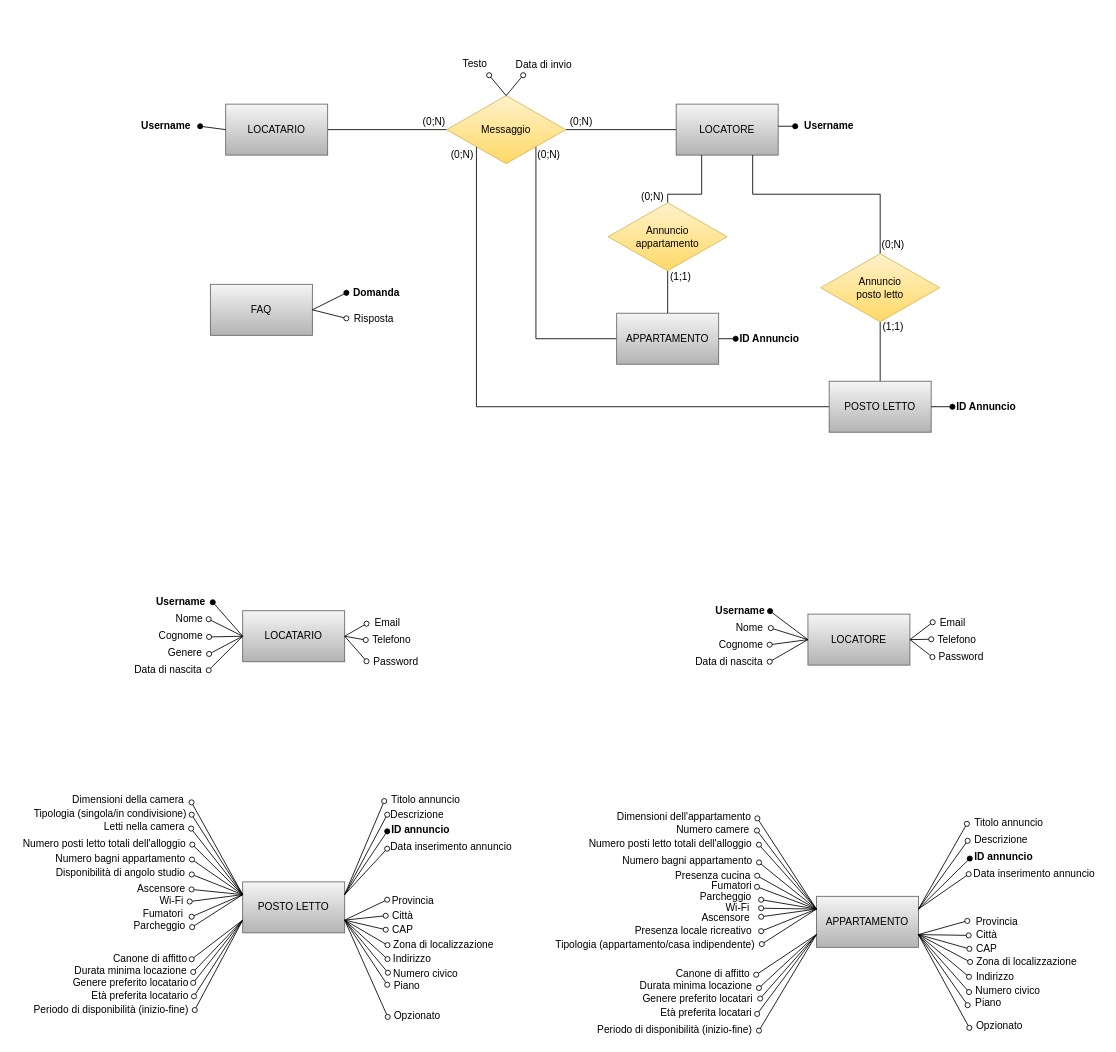
Before: Schema_ER_database.drawio in fd-col/RentAdvisor, a draw.io diagram. Source tidied: cells renumbered, new cells numbered last; positions are measured from the earlier drawing's top-left corner, leaving out a move shared by most shapes. Both pictures are drawn from the tidied source at 85%, with x=0, y=0 at pixel (14, 55).
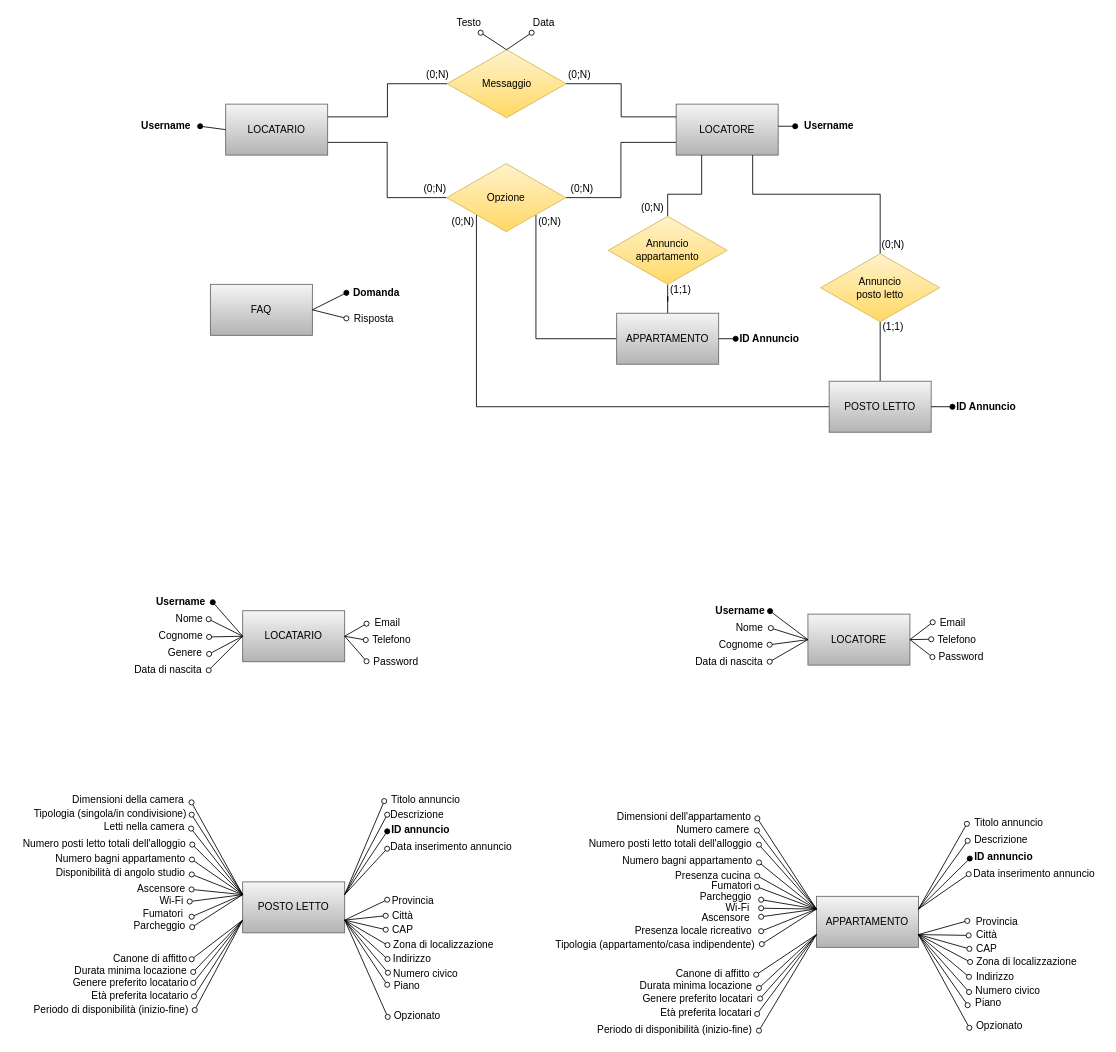
Above is the later version.

The change refers to these unchanged cells:
```xml
<mxCell id="3" value="LOCATARIO" style="rounded=0;whiteSpace=wrap;html=1;fillColor=#f5f5f5;gradientColor=#b3b3b3;strokeColor=#666666;" parent="1" vertex="1">
  <mxGeometry x="248" y="57" width="120" height="60" as="geometry" />
</mxCell>
<mxCell id="7" value="LOCATORE" style="rounded=0;whiteSpace=wrap;html=1;fillColor=#f5f5f5;gradientColor=#b3b3b3;strokeColor=#666666;" parent="1" vertex="1">
  <mxGeometry x="778" y="57" width="120" height="60" as="geometry" />
</mxCell>
```

Diff of the diagram source:
```diff
@@
-    <mxCell id="2" style="edgeStyle=orthogonalEdgeStyle;rounded=0;jettySize=auto;html=1;entryX=0;entryY=0.5;entryDx=0;entryDy=0;endArrow=none;endFill=0;" parent="1" edge="1" source="3" target="17">
+    <mxCell id="2" style="edgeStyle=orthogonalEdgeStyle;rounded=0;jettySize=auto;html=1;entryX=0;entryY=0.5;entryDx=0;entryDy=0;endArrow=none;endFill=0;exitX=1;exitY=0.75;exitDx=0;exitDy=0;" parent="1" edge="1" source="3" target="17">
       <mxGeometry relative="1" as="geometry" />
     </mxCell>
@@
-    <mxCell id="6" style="edgeStyle=orthogonalEdgeStyle;rounded=0;jettySize=auto;html=1;entryX=1;entryY=0.5;entryDx=0;entryDy=0;endArrow=none;endFill=0;" parent="1" edge="1" source="7" target="17">
+    <mxCell id="6" style="edgeStyle=orthogonalEdgeStyle;rounded=0;jettySize=auto;html=1;entryX=1;entryY=0.5;entryDx=0;entryDy=0;endArrow=none;endFill=0;exitX=0;exitY=0.75;exitDx=0;exitDy=0;" parent="1" edge="1" source="7" target="17">
       <mxGeometry relative="1" as="geometry" />
     </mxCell>
@@
-    <mxCell id="17" value="Messaggio" style="rhombus;whiteSpace=wrap;html=1;fillColor=#fff2cc;gradientColor=#ffd966;strokeColor=#d6b656;" parent="1" vertex="1">
-      <mxGeometry x="508" y="47" width="140" height="80" as="geometry" />
+    <mxCell id="17" value="Opzione" style="rhombus;whiteSpace=wrap;html=1;fillColor=#fff2cc;gradientColor=#ffd966;strokeColor=#d6b656;" parent="1" vertex="1">
+      <mxGeometry x="508" y="127" width="140" height="80" as="geometry" />
     </mxCell>
-    <mxCell id="18" style="endArrow=oval;html=1;rounded=0;exitX=0.5;exitY=0;exitDx=0;exitDy=0;endFill=0;" parent="1" edge="1" source="17">
-      <mxGeometry relative="1" as="geometry">
-        <mxPoint x="558" y="23" as="targetPoint" />
-      </mxGeometry>
-    </mxCell>
-    <mxCell id="19" value="Testo" style="text;html=1;align=center;verticalAlign=middle;strokeColor=none;fillColor=none;" parent="1" vertex="1">
-      <mxGeometry x="521" width="40" height="20" as="geometry" />
-    </mxCell>
-    <mxCell id="20" style="endArrow=oval;html=1;rounded=0;exitX=0.5;exitY=0;exitDx=0;exitDy=0;endFill=0;" parent="1" edge="1" source="17">
-      <mxGeometry relative="1" as="geometry">
-        <mxPoint x="598" y="23" as="targetPoint" />
-      </mxGeometry>
-    </mxCell>
-    <mxCell id="21" value="Data di invio" style="text;html=1;align=center;verticalAlign=middle;strokeColor=none;fillColor=none;" parent="1" vertex="1">
-      <mxGeometry x="582" y="1" width="80" height="20" as="geometry" />
-    </mxCell>
@@
     <mxCell id="23" value="Annuncio&lt;br&gt;appartamento" style="rhombus;whiteSpace=wrap;html=1;fillColor=#fff2cc;gradientColor=#ffd966;strokeColor=#d6b656;" parent="1" vertex="1">
-      <mxGeometry x="698" y="173" width="140" height="80" as="geometry" />
+      <mxGeometry x="698" y="189" width="140" height="80" as="geometry" />
     </mxCell>
@@
     <mxCell id="26" value="(0;N)" style="text;html=1;align=center;verticalAlign=middle;strokeColor=none;fillColor=none;" parent="1" vertex="1">
-      <mxGeometry x="473" y="68" width="40" height="20" as="geometry" />
+      <mxGeometry x="473.5" y="147" width="40" height="20" as="geometry" />
     </mxCell>
     <mxCell id="27" value="(0;N)" style="text;html=1;align=center;verticalAlign=middle;strokeColor=none;fillColor=none;" parent="1" vertex="1">
-      <mxGeometry x="646" y="68" width="40" height="20" as="geometry" />
+      <mxGeometry x="646.5" y="147" width="40" height="20" as="geometry" />
     </mxCell>
     <mxCell id="28" value="(0;N)" style="text;html=1;align=center;verticalAlign=middle;strokeColor=none;fillColor=none;" parent="1" vertex="1">
-      <mxGeometry x="608" y="107" width="40" height="20" as="geometry" />
+      <mxGeometry x="608.5" y="186" width="40" height="20" as="geometry" />
     </mxCell>
     <mxCell id="29" value="(0;N)" style="text;html=1;align=center;verticalAlign=middle;strokeColor=none;fillColor=none;" parent="1" vertex="1">
-      <mxGeometry x="506" y="107" width="40" height="20" as="geometry" />
+      <mxGeometry x="506.5" y="186" width="40" height="20" as="geometry" />
     </mxCell>
     <mxCell id="30" value="(1;1)" style="text;html=1;align=center;verticalAlign=middle;strokeColor=none;fillColor=none;" parent="1" vertex="1">
-      <mxGeometry x="763" y="250" width="40" height="20" as="geometry" />
+      <mxGeometry x="763" y="266" width="40" height="20" as="geometry" />
     </mxCell>
@@
     <mxCell id="33" value="(0;N)" style="text;html=1;align=center;verticalAlign=middle;strokeColor=none;fillColor=none;" parent="1" vertex="1">
-      <mxGeometry x="730" y="156" width="40" height="20" as="geometry" />
+      <mxGeometry x="730" y="169" width="40" height="20" as="geometry" />
     </mxCell>
@@
+    <mxCell id="186" style="edgeStyle=orthogonalEdgeStyle;rounded=0;jettySize=auto;html=1;entryX=0;entryY=0.25;entryDx=0;entryDy=0;endArrow=none;endFill=0;" parent="1" edge="1" source="188" target="7">
+      <mxGeometry relative="1" as="geometry" />
+    </mxCell>
+    <mxCell id="187" style="edgeStyle=orthogonalEdgeStyle;rounded=0;jettySize=auto;html=1;entryX=1;entryY=0.25;entryDx=0;entryDy=0;endArrow=none;endFill=0;" parent="1" edge="1" source="188" target="3">
+      <mxGeometry relative="1" as="geometry" />
+    </mxCell>
+    <mxCell id="188" value="Messaggio" style="rhombus;whiteSpace=wrap;html=1;fillColor=#fff2cc;gradientColor=#ffd966;strokeColor=#d6b656;" parent="1" vertex="1">
+      <mxGeometry x="508.5" y="-7" width="140" height="80" as="geometry" />
+    </mxCell>
+    <mxCell id="189" style="endArrow=oval;html=1;rounded=0;exitX=0.5;exitY=0;exitDx=0;exitDy=0;endFill=0;" parent="1" edge="1" source="188">
+      <mxGeometry relative="1" as="geometry">
+        <mxPoint x="548" y="-27" as="targetPoint" />
+      </mxGeometry>
+    </mxCell>
+    <mxCell id="19" value="Testo" style="text;html=1;align=center;verticalAlign=middle;strokeColor=none;fillColor=none;" parent="1" vertex="1">
+      <mxGeometry x="514" y="-48" width="40" height="20" as="geometry" />
+    </mxCell>
+    <mxCell id="190" style="endArrow=oval;html=1;rounded=0;exitX=0.5;exitY=0;exitDx=0;exitDy=0;endFill=0;" parent="1" edge="1" source="188">
+      <mxGeometry relative="1" as="geometry">
+        <mxPoint x="608" y="-27" as="targetPoint" />
+      </mxGeometry>
+    </mxCell>
+    <mxCell id="191" value="Data" style="text;html=1;align=center;verticalAlign=middle;strokeColor=none;fillColor=none;" parent="1" vertex="1">
+      <mxGeometry x="602" y="-48" width="40" height="20" as="geometry" />
+    </mxCell>
+    <mxCell id="192" value="(0;N)" style="text;html=1;align=center;verticalAlign=middle;strokeColor=none;fillColor=none;" parent="1" vertex="1">
+      <mxGeometry x="477" y="13" width="40" height="20" as="geometry" />
+    </mxCell>
+    <mxCell id="193" value="(0;N)" style="text;html=1;align=center;verticalAlign=middle;strokeColor=none;fillColor=none;" parent="1" vertex="1">
+      <mxGeometry x="643.5" y="13" width="40" height="20" as="geometry" />
+    </mxCell>
```
